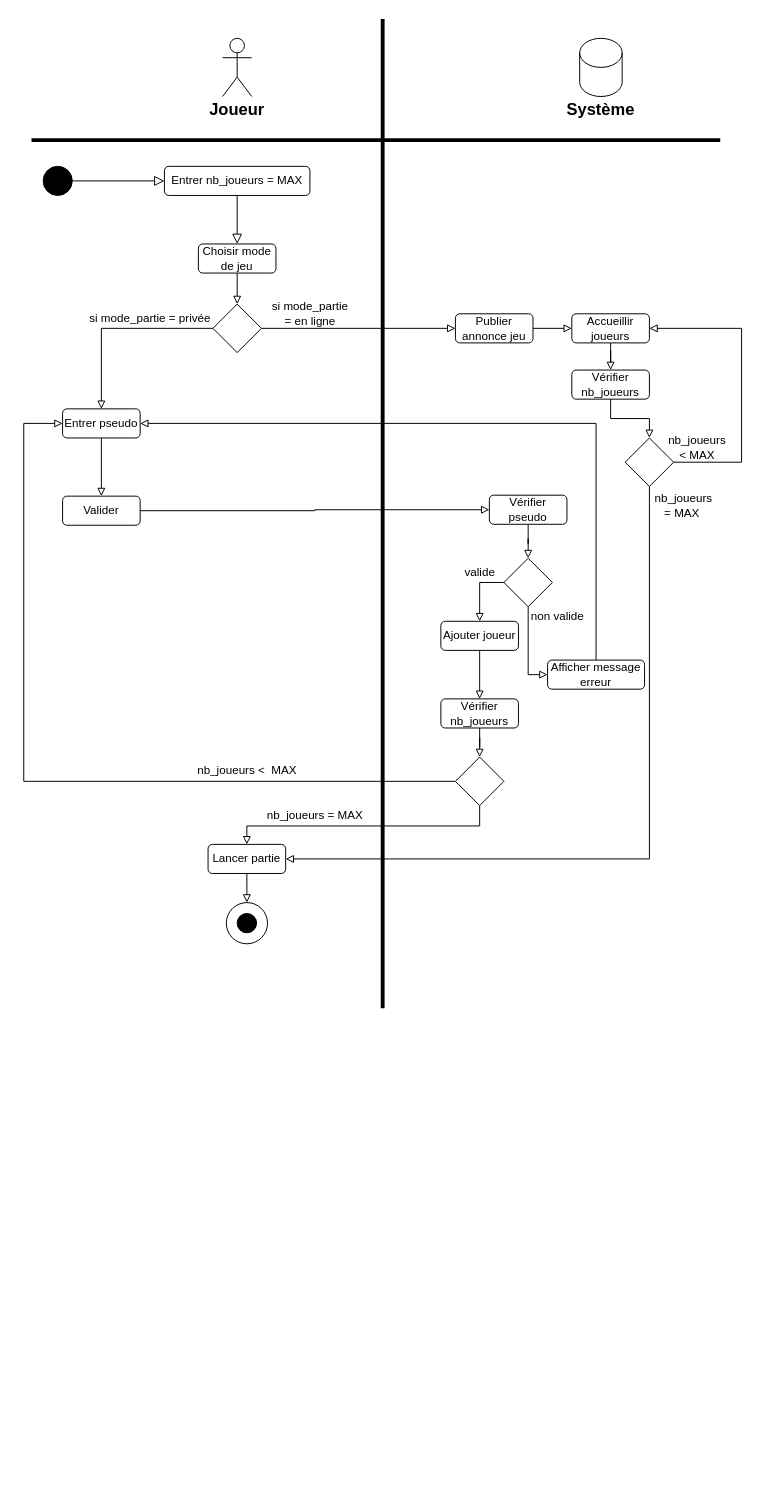
Earlier version of the draw.io diagram Diagrammes/Diagramme activité créer partie.drawio (Igniiis/projet_splendor). Source tidied: cells renumbered, new cells numbered last; positions are measured from the earlier drawing's top-left corner, leaving out a move shared by most shapes. Both pictures are drawn from the tidied source at 97%, with x=0, y=0 at pixel (23, 18).
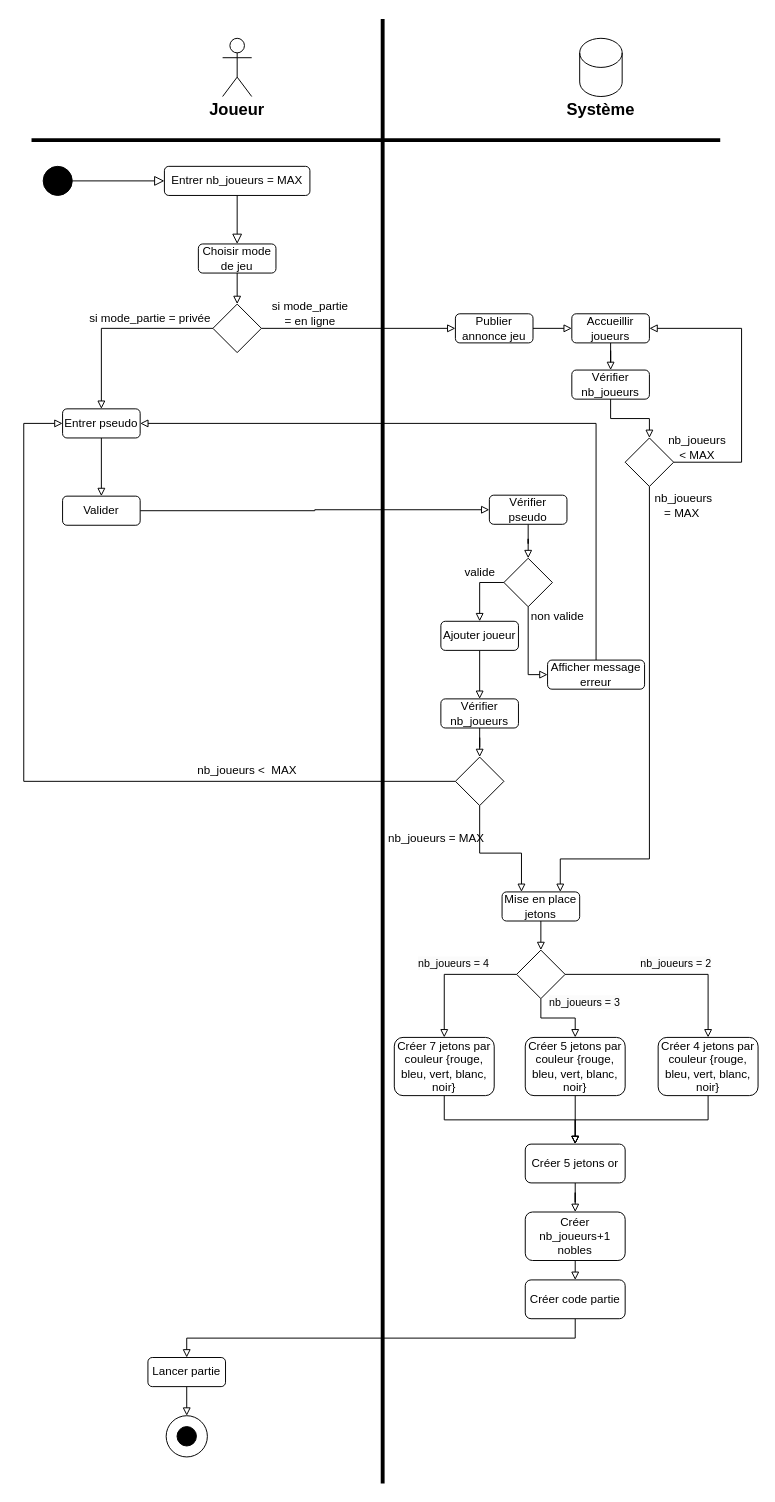
The same page after the edit.

Commit message (it also covers changes not shown here):
Mettre à jour Diagramme activité créer partie.drawio

The change refers to these unchanged cells:
```xml
<mxCell id="37" style="rhombus;whiteSpace=wrap;html=1;" parent="1" vertex="1">
  <mxGeometry x="445" y="761" width="50" height="50" as="geometry" />
</mxCell>
<mxCell id="48" style="rhombus;whiteSpace=wrap;html=1;" parent="1" vertex="1">
  <mxGeometry x="620" y="432" width="50" height="50" as="geometry" />
</mxCell>
```

What changed in the source:
```diff
@@
-    <mxCell id="36" style="edgeStyle=orthogonalEdgeStyle;rounded=0;jettySize=auto;html=1;endArrow=block;endFill=0;" parent="1" edge="1" source="37" target="42">
+    <mxCell id="36" style="edgeStyle=orthogonalEdgeStyle;rounded=0;jettySize=auto;html=1;endArrow=block;endFill=0;entryX=0.25;entryY=0;entryDx=0;entryDy=0;" parent="1" edge="1" source="37" target="57">
       <mxGeometry relative="1" as="geometry">
         <Array as="points">
-          <mxPoint x="470" y="832" />
-          <mxPoint x="230" y="832" />
+          <mxPoint x="470" y="860" />
+          <mxPoint x="513" y="860" />
         </Array>
       </mxGeometry>
     </mxCell>
@@
     <mxCell id="40" value="nb_joueurs = MAX" style="text;html=1;align=center;verticalAlign=middle;strokeColor=none;fillColor=none;" parent="1" vertex="1">
-      <mxGeometry x="240" y="806" width="120" height="30" as="geometry" />
+      <mxGeometry x="365" y="830" width="120" height="30" as="geometry" />
     </mxCell>
@@
     <mxCell id="42" value="Lancer partie" style="rounded=1;whiteSpace=wrap;html=1;fontSize=12;glass=0;strokeWidth=1;shadow=0;" parent="1" vertex="1">
-      <mxGeometry x="190" y="851" width="80" height="30" as="geometry" />
+      <mxGeometry x="128" y="1380" width="80" height="30" as="geometry" />
     </mxCell>
@@
-    <mxCell id="47" style="edgeStyle=orthogonalEdgeStyle;rounded=0;jettySize=auto;html=1;exitX=0.5;exitY=1;exitDx=0;exitDy=0;endArrow=block;endFill=0;" parent="1" edge="1" source="48" target="42">
+    <mxCell id="47" style="edgeStyle=orthogonalEdgeStyle;rounded=0;jettySize=auto;html=1;exitX=0.5;exitY=1;exitDx=0;exitDy=0;endArrow=block;endFill=0;entryX=0.75;entryY=0;entryDx=0;entryDy=0;" parent="1" edge="1" source="48" target="57">
       <mxGeometry relative="1" as="geometry">
         <Array as="points">
           <mxPoint x="645" y="866" />
+          <mxPoint x="553" y="866" />
         </Array>
       </mxGeometry>
     </mxCell>
@@
     <mxCell id="52" style="ellipse;whiteSpace=wrap;html=1;fillColor=none;" parent="1" vertex="1">
-      <mxGeometry x="208.8" y="911" width="42.5" height="42.5" as="geometry" />
+      <mxGeometry x="146.8" y="1440" width="42.5" height="42.5" as="geometry" />
     </mxCell>
     <mxCell id="53" style="ellipse;whiteSpace=wrap;html=1;fillColor=#000000;" parent="1" vertex="1">
-      <mxGeometry x="220" y="922.2" width="20" height="20" as="geometry" />
+      <mxGeometry x="158" y="1451.2" width="20" height="20" as="geometry" />
     </mxCell>
     <mxCell id="54" style="line;strokeWidth=4;direction=south;html=1;perimeter=backbonePerimeter;" parent="1" vertex="1">
-      <mxGeometry x="365" width="10" height="1020" as="geometry" />
+      <mxGeometry x="365" width="10" height="1510" as="geometry" />
     </mxCell>
@@
+    <mxCell id="56" style="edgeStyle=orthogonalEdgeStyle;rounded=0;jettySize=auto;html=1;exitX=0.5;exitY=1;exitDx=0;exitDy=0;entryX=0.5;entryY=0;entryDx=0;entryDy=0;endArrow=block;endFill=0;" parent="1" edge="1" source="57" target="61">
+      <mxGeometry relative="1" as="geometry" />
+    </mxCell>
+    <mxCell id="57" value="Mise en place jetons" style="rounded=1;whiteSpace=wrap;html=1;fontSize=12;glass=0;strokeWidth=1;shadow=0;" parent="1" vertex="1">
+      <mxGeometry x="493.1" y="900" width="80" height="30" as="geometry" />
+    </mxCell>
+    <mxCell id="58" style="edgeStyle=orthogonalEdgeStyle;rounded=0;jettySize=auto;html=1;exitX=0;exitY=0.5;exitDx=0;exitDy=0;entryX=0.5;entryY=0;entryDx=0;entryDy=0;endArrow=block;endFill=0;" parent="1" edge="1" source="61" target="63">
+      <mxGeometry relative="1" as="geometry" />
+    </mxCell>
+    <mxCell id="59" style="edgeStyle=orthogonalEdgeStyle;rounded=0;jettySize=auto;html=1;exitX=0.5;exitY=1;exitDx=0;exitDy=0;entryX=0.5;entryY=0;entryDx=0;entryDy=0;endArrow=block;endFill=0;" parent="1" edge="1" source="61" target="65">
+      <mxGeometry relative="1" as="geometry" />
+    </mxCell>
+    <mxCell id="60" style="edgeStyle=orthogonalEdgeStyle;rounded=0;jettySize=auto;html=1;exitX=1;exitY=0.5;exitDx=0;exitDy=0;entryX=0.5;entryY=0;entryDx=0;entryDy=0;endArrow=block;endFill=0;" parent="1" edge="1" source="61" target="67">
+      <mxGeometry relative="1" as="geometry" />
+    </mxCell>
+    <mxCell id="61" style="rhombus;whiteSpace=wrap;html=1;" parent="1" vertex="1">
+      <mxGeometry x="508.1" y="960" width="50" height="50" as="geometry" />
+    </mxCell>
+    <mxCell id="62" style="edgeStyle=orthogonalEdgeStyle;rounded=0;jettySize=auto;html=1;exitX=0.5;exitY=1;exitDx=0;exitDy=0;entryX=0.5;entryY=0;entryDx=0;entryDy=0;endArrow=block;endFill=0;" parent="1" edge="1" source="63" target="72">
+      <mxGeometry relative="1" as="geometry" />
+    </mxCell>
+    <mxCell id="63" value="Créer 7 jetons par couleur {rouge, bleu, vert, blanc, noir}" style="rounded=1;whiteSpace=wrap;html=1;fontSize=12;glass=0;strokeWidth=1;shadow=0;" parent="1" vertex="1">
+      <mxGeometry x="382" y="1050" width="103" height="60" as="geometry" />
+    </mxCell>
+    <mxCell id="64" style="edgeStyle=orthogonalEdgeStyle;rounded=0;jettySize=auto;html=1;exitX=0.5;exitY=1;exitDx=0;exitDy=0;entryX=0.5;entryY=0;entryDx=0;entryDy=0;endArrow=block;endFill=0;" parent="1" edge="1" source="65" target="72">
+      <mxGeometry relative="1" as="geometry" />
+    </mxCell>
+    <mxCell id="65" value="Créer 5 jetons par couleur {rouge, bleu, vert, blanc, noir}" style="rounded=1;whiteSpace=wrap;html=1;fontSize=12;glass=0;strokeWidth=1;shadow=0;" parent="1" vertex="1">
+      <mxGeometry x="517" y="1050" width="103" height="60" as="geometry" />
+    </mxCell>
+    <mxCell id="66" style="edgeStyle=orthogonalEdgeStyle;rounded=0;jettySize=auto;html=1;exitX=0.5;exitY=1;exitDx=0;exitDy=0;entryX=0.5;entryY=0;entryDx=0;entryDy=0;endArrow=block;endFill=0;" parent="1" edge="1" source="67" target="72">
+      <mxGeometry relative="1" as="geometry" />
+    </mxCell>
+    <mxCell id="67" value="Créer 4 jetons par couleur {rouge, bleu, vert, blanc, noir}" style="rounded=1;whiteSpace=wrap;html=1;fontSize=12;glass=0;strokeWidth=1;shadow=0;" parent="1" vertex="1">
+      <mxGeometry x="654" y="1050" width="103" height="60" as="geometry" />
+    </mxCell>
+    <mxCell id="68" value="&lt;span style=&quot;color: rgb(0, 0, 0); font-family: Helvetica; font-style: normal; font-variant-ligatures: normal; font-variant-caps: normal; font-weight: 400; letter-spacing: normal; orphans: 2; text-align: center; text-indent: 0px; text-transform: none; widows: 2; word-spacing: 0px; -webkit-text-stroke-width: 0px; background-color: rgb(251, 251, 251); text-decoration-thickness: initial; text-decoration-style: initial; text-decoration-color: initial; float: none; display: inline !important;&quot;&gt;&lt;font style=&quot;font-size: 11px;&quot;&gt;nb_joueurs = 4&lt;/font&gt;&lt;/span&gt;" style="text;whiteSpace=wrap;html=1;" parent="1" vertex="1">
+      <mxGeometry x="405" y="960" width="120" height="30" as="geometry" />
+    </mxCell>
+    <mxCell id="69" value="&lt;span style=&quot;color: rgb(0, 0, 0); font-family: Helvetica; font-style: normal; font-variant-ligatures: normal; font-variant-caps: normal; font-weight: 400; letter-spacing: normal; orphans: 2; text-align: center; text-indent: 0px; text-transform: none; widows: 2; word-spacing: 0px; -webkit-text-stroke-width: 0px; background-color: rgb(251, 251, 251); text-decoration-thickness: initial; text-decoration-style: initial; text-decoration-color: initial; float: none; display: inline !important;&quot;&gt;&lt;font style=&quot;font-size: 11px;&quot;&gt;nb_joueurs = 3&lt;/font&gt;&lt;/span&gt;" style="text;whiteSpace=wrap;html=1;fillColor=none;" parent="1" vertex="1">
+      <mxGeometry x="540" y="1000" width="120" height="30" as="geometry" />
+    </mxCell>
+    <mxCell id="70" value="&lt;span style=&quot;color: rgb(0, 0, 0); font-family: Helvetica; font-style: normal; font-variant-ligatures: normal; font-variant-caps: normal; font-weight: 400; letter-spacing: normal; orphans: 2; text-align: center; text-indent: 0px; text-transform: none; widows: 2; word-spacing: 0px; -webkit-text-stroke-width: 0px; background-color: rgb(251, 251, 251); text-decoration-thickness: initial; text-decoration-style: initial; text-decoration-color: initial; float: none; display: inline !important;&quot;&gt;&lt;font style=&quot;font-size: 11px;&quot;&gt;nb_joueurs = 2&lt;/font&gt;&lt;/span&gt;" style="text;whiteSpace=wrap;html=1;" parent="1" vertex="1">
+      <mxGeometry x="634" y="960" width="120" height="30" as="geometry" />
+    </mxCell>
+    <mxCell id="71" style="edgeStyle=orthogonalEdgeStyle;rounded=0;jettySize=auto;html=1;entryX=0.5;entryY=0;entryDx=0;entryDy=0;endArrow=block;endFill=0;" parent="1" edge="1" source="72" target="76">
+      <mxGeometry relative="1" as="geometry" />
+    </mxCell>
+    <mxCell id="72" value="Créer 5 jetons or" style="rounded=1;whiteSpace=wrap;html=1;fontSize=12;glass=0;strokeWidth=1;shadow=0;" parent="1" vertex="1">
+      <mxGeometry x="517" y="1160" width="103" height="40" as="geometry" />
+    </mxCell>
+    <mxCell id="73" style="edgeStyle=orthogonalEdgeStyle;rounded=0;jettySize=auto;html=1;exitX=0.5;exitY=1;exitDx=0;exitDy=0;entryX=0.5;entryY=0;entryDx=0;entryDy=0;endArrow=block;endFill=0;" parent="1" edge="1" source="74" target="42">
+      <mxGeometry relative="1" as="geometry" />
+    </mxCell>
+    <mxCell id="74" value="Créer code partie" style="rounded=1;whiteSpace=wrap;html=1;fontSize=12;glass=0;strokeWidth=1;shadow=0;" parent="1" vertex="1">
+      <mxGeometry x="517" y="1300" width="103" height="40" as="geometry" />
+    </mxCell>
+    <mxCell id="75" style="edgeStyle=orthogonalEdgeStyle;rounded=0;jettySize=auto;html=1;exitX=0.5;exitY=1;exitDx=0;exitDy=0;entryX=0.5;entryY=0;entryDx=0;entryDy=0;endArrow=block;endFill=0;" parent="1" edge="1" source="76" target="74">
+      <mxGeometry relative="1" as="geometry" />
+    </mxCell>
+    <mxCell id="76" value="Créer nb_joueurs+1 nobles" style="rounded=1;whiteSpace=wrap;html=1;fontSize=12;glass=0;strokeWidth=1;shadow=0;" parent="1" vertex="1">
+      <mxGeometry x="517" y="1230" width="103" height="50" as="geometry" />
+    </mxCell>
```
